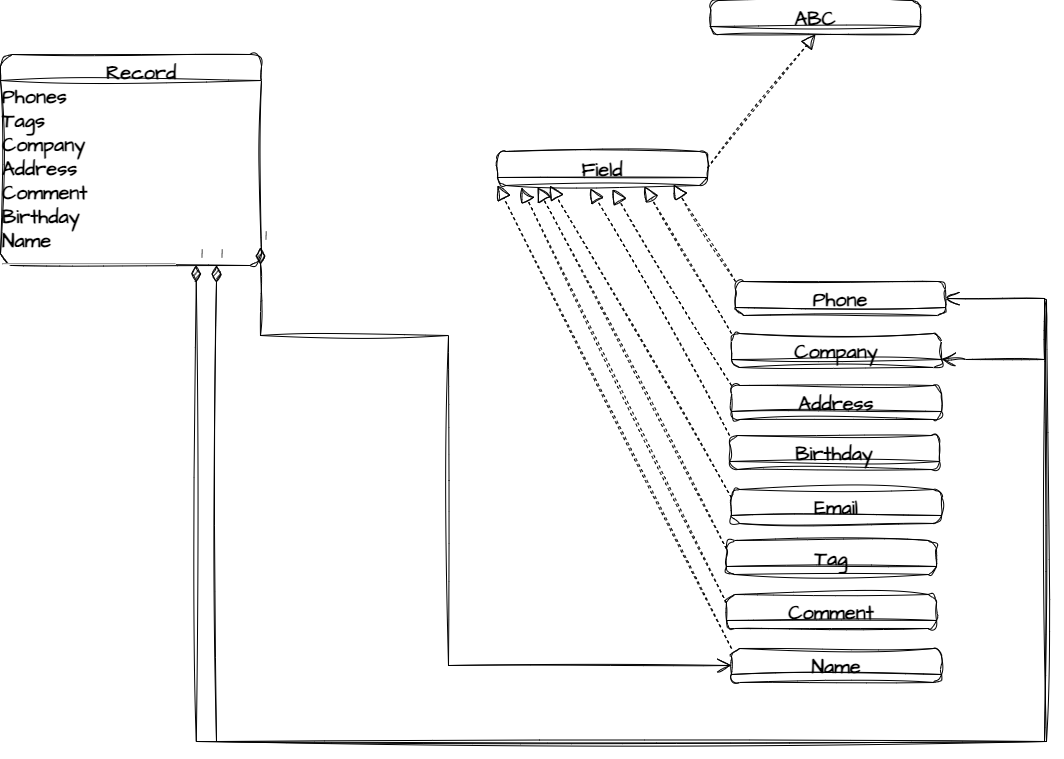
This is for_bot_drujba.drawio.png from VladSkopenko/drujba-bot, a draw.io export, as it was before one commit. Source tidied: cells renumbered, new cells last; positions are measured from the earlier drawing's top-left corner, leaving out a move shared by most shapes.
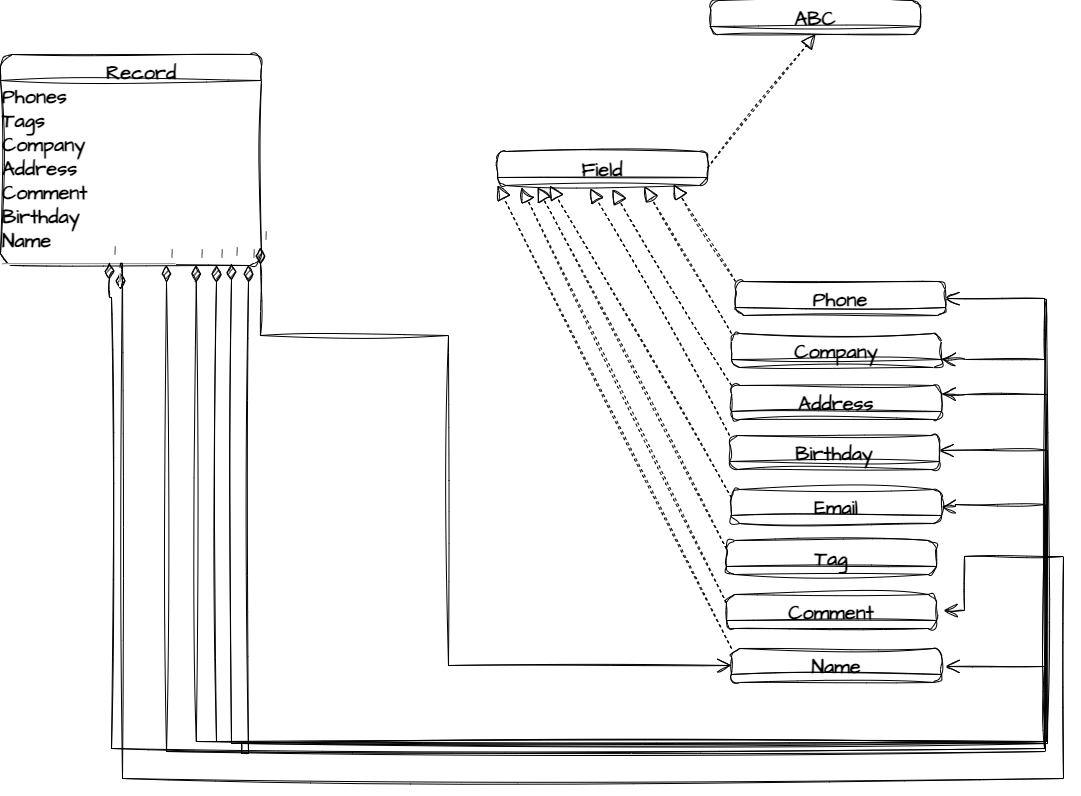
After the commit.

The edit, as a diff of the source:
```diff
@@ -108,5 +108,67 @@
         </Array>
       </mxGeometry>
     </mxCell>
+    <mxCell id="25" value="1" style="endArrow=open;html=1;endSize=12;startArrow=diamondThin;startSize=14;startFill=1;edgeStyle=orthogonalEdgeStyle;align=left;verticalAlign=bottom;rounded=0;sketch=1;hachureGap=4;jiggle=2;curveFitting=1;fontFamily=Architects Daughter;fontSource=https%3A%2F%2Ffonts.googleapis.com%2Fcss%3Ffamily%3DArchitects%2BDaughter;fontSize=16;entryX=1;entryY=0.25;entryDx=0;entryDy=0;" parent="1" edge="1" target="10">
+      <mxGeometry x="-1" y="3" relative="1" as="geometry">
+        <mxPoint x="231" y="263" as="sourcePoint" />
+        <Array as="points">
+          <mxPoint x="231" y="743" />
+          <mxPoint x="1047" y="743" />
+          <mxPoint x="1047" y="394" />
+          <mxPoint x="965" y="394" />
+        </Array>
+      </mxGeometry>
+    </mxCell>
+    <mxCell id="26" value="1" style="endArrow=open;html=1;endSize=12;startArrow=diamondThin;startSize=14;startFill=1;edgeStyle=orthogonalEdgeStyle;align=left;verticalAlign=bottom;rounded=0;sketch=1;hachureGap=4;jiggle=2;curveFitting=1;fontFamily=Architects Daughter;fontSource=https%3A%2F%2Ffonts.googleapis.com%2Fcss%3Ffamily%3DArchitects%2BDaughter;fontSize=16;entryX=1;entryY=0.441;entryDx=0;entryDy=0;entryPerimeter=0;" parent="1" edge="1" target="12">
+      <mxGeometry x="-1" y="3" relative="1" as="geometry">
+        <mxPoint x="248" y="265" as="sourcePoint" />
+        <Array as="points">
+          <mxPoint x="248" y="753" />
+          <mxPoint x="241" y="753" />
+          <mxPoint x="241" y="743" />
+          <mxPoint x="1047" y="743" />
+          <mxPoint x="1047" y="450" />
+        </Array>
+      </mxGeometry>
+    </mxCell>
+    <mxCell id="27" value="1" style="endArrow=open;html=1;endSize=12;startArrow=diamondThin;startSize=14;startFill=1;edgeStyle=orthogonalEdgeStyle;align=left;verticalAlign=bottom;rounded=0;sketch=1;hachureGap=4;jiggle=2;curveFitting=1;fontFamily=Architects Daughter;fontSource=https%3A%2F%2Ffonts.googleapis.com%2Fcss%3Ffamily%3DArchitects%2BDaughter;fontSize=16;entryX=1;entryY=0.5;entryDx=0;entryDy=0;" parent="1" edge="1" target="9">
+      <mxGeometry x="-1" y="3" relative="1" as="geometry">
+        <mxPoint x="166" y="265" as="sourcePoint" />
+        <Array as="points">
+          <mxPoint x="166" y="751" />
+          <mxPoint x="1045" y="751" />
+          <mxPoint x="1045" y="504" />
+          <mxPoint x="955" y="504" />
+          <mxPoint x="955" y="506" />
+        </Array>
+      </mxGeometry>
+    </mxCell>
+    <mxCell id="28" value="1" style="endArrow=open;html=1;endSize=12;startArrow=diamondThin;startSize=14;startFill=1;edgeStyle=orthogonalEdgeStyle;align=left;verticalAlign=bottom;rounded=0;sketch=1;hachureGap=4;jiggle=2;curveFitting=1;fontFamily=Architects Daughter;fontSource=https%3A%2F%2Ffonts.googleapis.com%2Fcss%3Ffamily%3DArchitects%2BDaughter;fontSize=16;entryX=1.033;entryY=0.471;entryDx=0;entryDy=0;entryPerimeter=0;" parent="1" edge="1" target="11">
+      <mxGeometry x="-1" y="3" relative="1" as="geometry">
+        <mxPoint x="120" y="289" as="sourcePoint" />
+        <Array as="points">
+          <mxPoint x="120" y="263" />
+          <mxPoint x="122" y="263" />
+          <mxPoint x="122" y="778" />
+          <mxPoint x="1063" y="778" />
+          <mxPoint x="1063" y="556" />
+          <mxPoint x="964" y="556" />
+          <mxPoint x="964" y="610" />
+        </Array>
+      </mxGeometry>
+    </mxCell>
+    <mxCell id="29" value="1" style="endArrow=open;html=1;endSize=12;startArrow=diamondThin;startSize=14;startFill=1;edgeStyle=orthogonalEdgeStyle;align=left;verticalAlign=bottom;rounded=0;sketch=1;hachureGap=4;jiggle=2;curveFitting=1;fontFamily=Architects Daughter;fontSource=https%3A%2F%2Ffonts.googleapis.com%2Fcss%3Ffamily%3DArchitects%2BDaughter;fontSize=16;entryX=1;entryY=0.5;entryDx=0;entryDy=0;" parent="1" edge="1">
+      <mxGeometry x="-1" y="3" relative="1" as="geometry">
+        <mxPoint x="109" y="262" as="sourcePoint" />
+        <mxPoint x="945" y="666" as="targetPoint" />
+        <Array as="points">
+          <mxPoint x="109" y="297" />
+          <mxPoint x="111" y="297" />
+          <mxPoint x="111" y="748" />
+          <mxPoint x="1044" y="748" />
+          <mxPoint x="1044" y="666" />
+        </Array>
+      </mxGeometry>
+    </mxCell>
   </root>
 </mxGraphModel>
```
